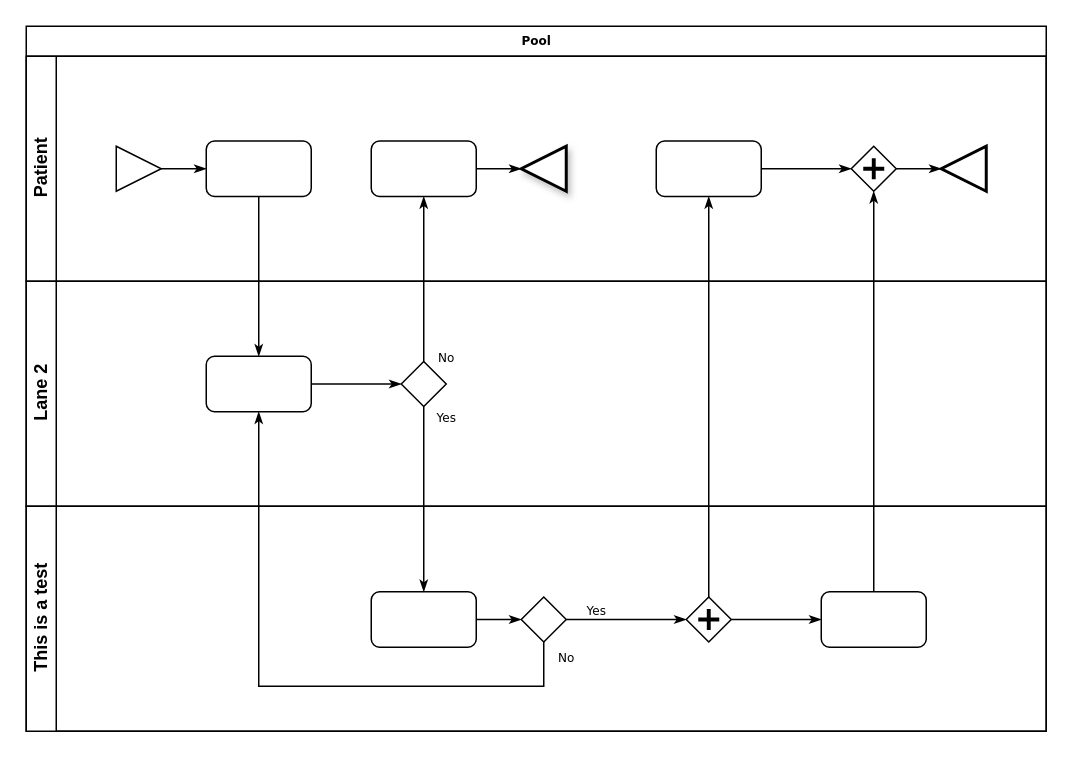
Above: Untitled Diagram.drawio in shanemuk/waiting-lists (draw.io), before the change. Source tidied: cells renumbered, new cells numbered last; positions are measured from the earlier drawing's top-left corner, leaving out a move shared by most shapes. Both pictures are drawn from the tidied source at 150%, with x=0, y=0 at pixel (26, 26).
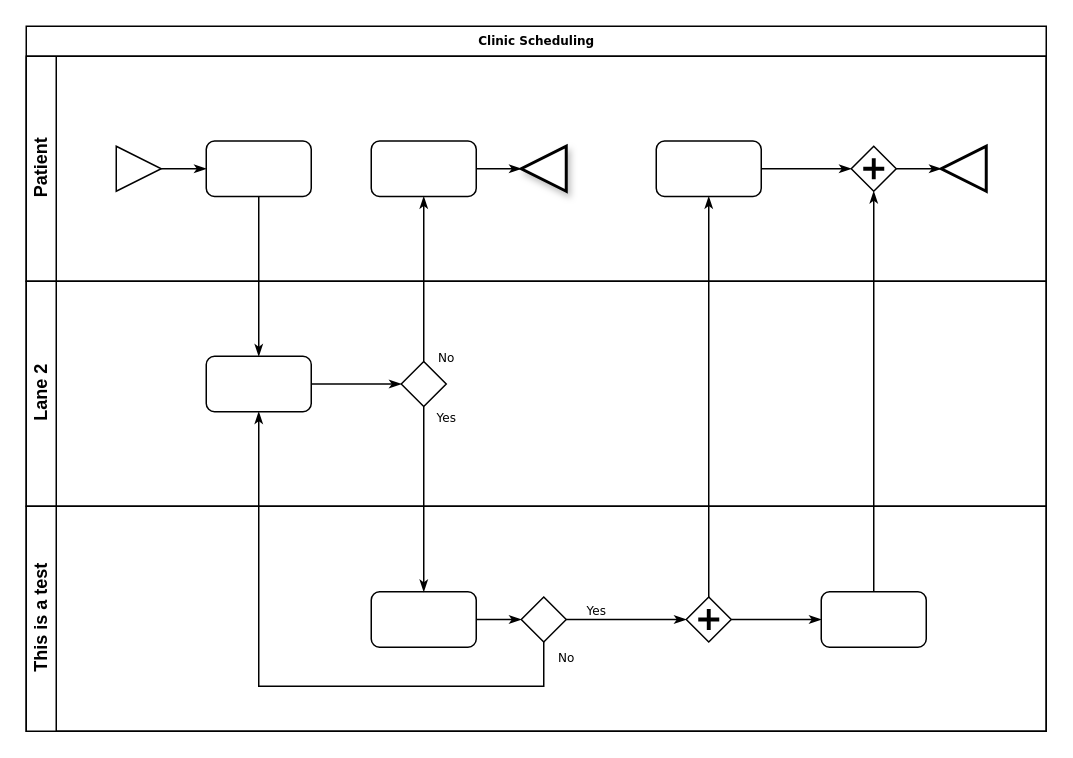
After the change.

What changed in the source:
```diff
@@
-    <mxCell id="2" value="Pool" style="swimlane;html=1;horizontal=1;startSize=20;rounded=0;shadow=0;labelBackgroundColor=none;strokeWidth=1;fontFamily=Verdana;fontSize=8;align=center;" parent="1" vertex="1">
+    <mxCell id="2" value="Clinic Scheduling" style="swimlane;html=1;horizontal=1;startSize=20;rounded=0;shadow=0;labelBackgroundColor=none;strokeWidth=1;fontFamily=Verdana;fontSize=8;align=center;" parent="1" vertex="1">
       <mxGeometry width="680" height="470" as="geometry" />
     </mxCell>
```
